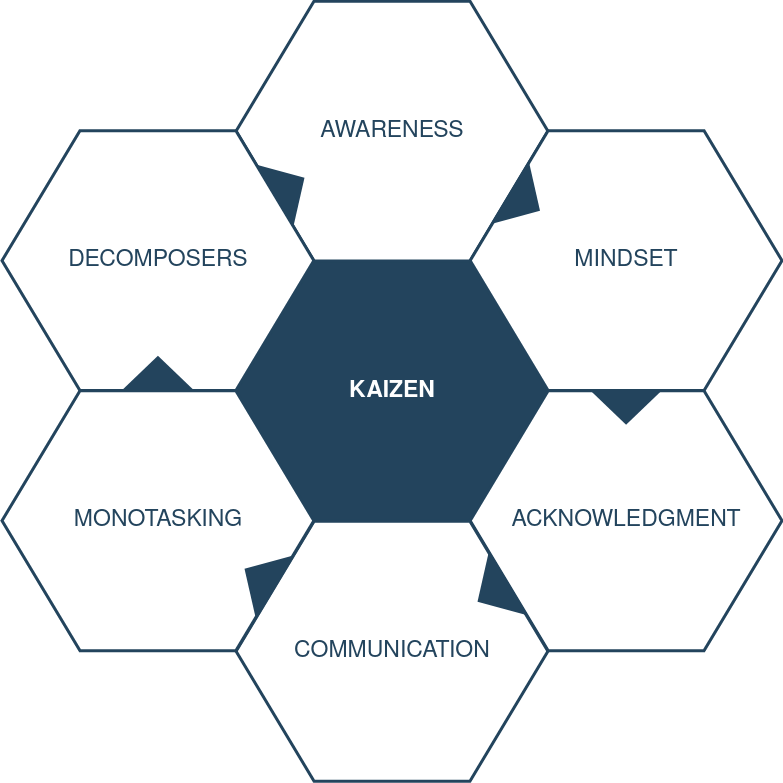
This is media/secure_methodology.drawio.png from coryStephenson/coryStephenson.github.io, a draw.io export, as it was before one commit. Source tidied: cells renumbered, new cells last; positions are measured from the earlier drawing's top-left corner, leaving out a move shared by most shapes. Source of this version:
```xml
<mxGraphModel>
  <root>
    <mxCell id="0" />
    <mxCell id="1" parent="0" />
    <mxCell id="2" value="&lt;font color=&quot;#ffffff&quot;&gt;&lt;b&gt;KAIZEN&lt;/b&gt;&lt;/font&gt;" style="shape=hexagon;perimeter=hexagonPerimeter2;whiteSpace=wrap;html=1;shadow=0;labelBackgroundColor=none;strokeColor=#23445D;fillColor=#23445D;gradientColor=none;fontFamily=Helvetica;fontSize=23;fontColor=#23445d;align=center;strokeWidth=3;" parent="1" vertex="1">
      <mxGeometry x="234.6" y="259.8" width="311.8" height="259.9" as="geometry" />
    </mxCell>
    <mxCell id="3" style="triangle;whiteSpace=wrap;html=1;shadow=0;labelBackgroundColor=none;strokeColor=none;fillColor=#FFFFFF;fontFamily=Helvetica;fontSize=17;fontColor=#23445d;align=center;rotation=90;gradientColor=none;flipV=1;flipH=1;opacity=20;" parent="1" vertex="1">
      <mxGeometry x="115.5" y="277.7" width="72" height="152" as="geometry" />
    </mxCell>
    <mxCell id="4" value="AWARENESS" style="shape=hexagon;perimeter=hexagonPerimeter2;whiteSpace=wrap;html=1;shadow=0;labelBackgroundColor=none;strokeColor=#23445D;fillColor=#ffffff;gradientColor=none;fontFamily=Helvetica;fontSize=23;fontColor=#23445D;align=center;strokeWidth=3;" parent="1" vertex="1">
      <mxGeometry x="234.6" y="-0.3" width="311.8" height="259.9" as="geometry" />
    </mxCell>
    <mxCell id="5" value="MINDSET" style="shape=hexagon;perimeter=hexagonPerimeter2;whiteSpace=wrap;html=1;shadow=0;labelBackgroundColor=none;strokeColor=#23445D;fillColor=#FFFFFF;gradientColor=none;fontFamily=Helvetica;fontSize=23;fontColor=#23445d;align=center;strokeWidth=3;" parent="1" vertex="1">
      <mxGeometry x="468.7" y="129.2" width="311.8" height="259.9" as="geometry" />
    </mxCell>
    <mxCell id="6" value="ACKNOWLEDGMENT" style="shape=hexagon;perimeter=hexagonPerimeter2;whiteSpace=wrap;html=1;shadow=0;labelBackgroundColor=none;strokeColor=#23445D;fillColor=#FFFFFF;gradientColor=none;fontFamily=Helvetica;fontSize=23;fontColor=#23445d;align=center;strokeWidth=3;" parent="1" vertex="1">
      <mxGeometry x="468.7" y="389.3" width="311.8" height="259.9" as="geometry" />
    </mxCell>
    <mxCell id="7" value="COMMUNICATION" style="shape=hexagon;perimeter=hexagonPerimeter2;whiteSpace=wrap;html=1;shadow=0;labelBackgroundColor=none;strokeColor=#23445D;fillColor=#FFFFFF;gradientColor=none;fontFamily=Helvetica;fontSize=23;fontColor=#23445d;align=center;strokeWidth=3;" parent="1" vertex="1">
      <mxGeometry x="234.6" y="519.8" width="311.8" height="259.9" as="geometry" />
    </mxCell>
    <mxCell id="8" value="MONOTASKING" style="shape=hexagon;perimeter=hexagonPerimeter2;whiteSpace=wrap;html=1;shadow=0;labelBackgroundColor=none;strokeColor=#23445D;fillColor=#FFFFFF;gradientColor=none;fontFamily=Helvetica;fontSize=23;fontColor=#23445d;align=center;strokeWidth=3;" parent="1" vertex="1">
      <mxGeometry x="0.5" y="389.3" width="311.8" height="259.9" as="geometry" />
    </mxCell>
    <mxCell id="9" value="&lt;font style=&quot;font-size: 23px;&quot;&gt;DECOMPOSERS&lt;/font&gt;" style="shape=hexagon;perimeter=hexagonPerimeter2;whiteSpace=wrap;html=1;shadow=0;labelBackgroundColor=none;strokeColor=#23445D;fillColor=#ffffff;gradientColor=none;fontFamily=Helvetica;fontSize=23;fontColor=#23445D;align=center;strokeWidth=3;" parent="1" vertex="1">
      <mxGeometry x="0.5" y="129.2" width="311.8" height="259.9" as="geometry" />
    </mxCell>
    <mxCell id="10" style="triangle;whiteSpace=wrap;html=1;shadow=0;labelBackgroundColor=none;strokeColor=none;fillColor=#23445D;fontFamily=Helvetica;fontSize=17;fontColor=#23445d;align=center;rotation=31;gradientColor=none;strokeWidth=3;" parent="1" vertex="1">
      <mxGeometry x="506" y="163.7" width="35" height="73" as="geometry" />
    </mxCell>
    <mxCell id="11" style="triangle;whiteSpace=wrap;html=1;shadow=0;labelBackgroundColor=none;strokeColor=none;fillColor=#23445D;fontFamily=Helvetica;fontSize=17;fontColor=#23445d;align=center;rotation=31;gradientColor=none;flipH=1;strokeWidth=3;" parent="1" vertex="1">
      <mxGeometry x="240.5" y="539.7" width="35" height="73" as="geometry" />
    </mxCell>
    <mxCell id="12" style="triangle;whiteSpace=wrap;html=1;shadow=0;labelBackgroundColor=none;strokeColor=none;fillColor=#23445D;fontFamily=Helvetica;fontSize=17;fontColor=#23445d;align=center;rotation=329;gradientColor=none;strokeWidth=3;" parent="1" vertex="1">
      <mxGeometry x="270.5" y="148.7" width="35" height="73" as="geometry" />
    </mxCell>
    <mxCell id="13" style="triangle;whiteSpace=wrap;html=1;shadow=0;labelBackgroundColor=none;strokeColor=none;fillColor=#23445D;fontFamily=Helvetica;fontSize=17;fontColor=#23445d;align=center;rotation=329;gradientColor=none;flipH=1;strokeWidth=3;" parent="1" vertex="1">
      <mxGeometry x="473.5" y="554.7" width="35" height="73" as="geometry" />
    </mxCell>
    <mxCell id="14" style="triangle;whiteSpace=wrap;html=1;shadow=0;labelBackgroundColor=none;strokeColor=none;fillColor=#23445D;fontFamily=Helvetica;fontSize=17;fontColor=#23445d;align=center;rotation=90;gradientColor=none;strokeWidth=3;" parent="1" vertex="1">
      <mxGeometry x="607.1" y="369.2" width="35" height="73" as="geometry" />
    </mxCell>
    <mxCell id="15" style="triangle;whiteSpace=wrap;html=1;shadow=0;labelBackgroundColor=none;strokeColor=none;fillColor=#23445D;fontFamily=Helvetica;fontSize=17;fontColor=#23445d;align=center;rotation=90;gradientColor=none;flipH=1;strokeWidth=3;" parent="1" vertex="1">
      <mxGeometry x="138.9" y="335.2" width="35" height="73" as="geometry" />
    </mxCell>
  </root>
</mxGraphModel>
```
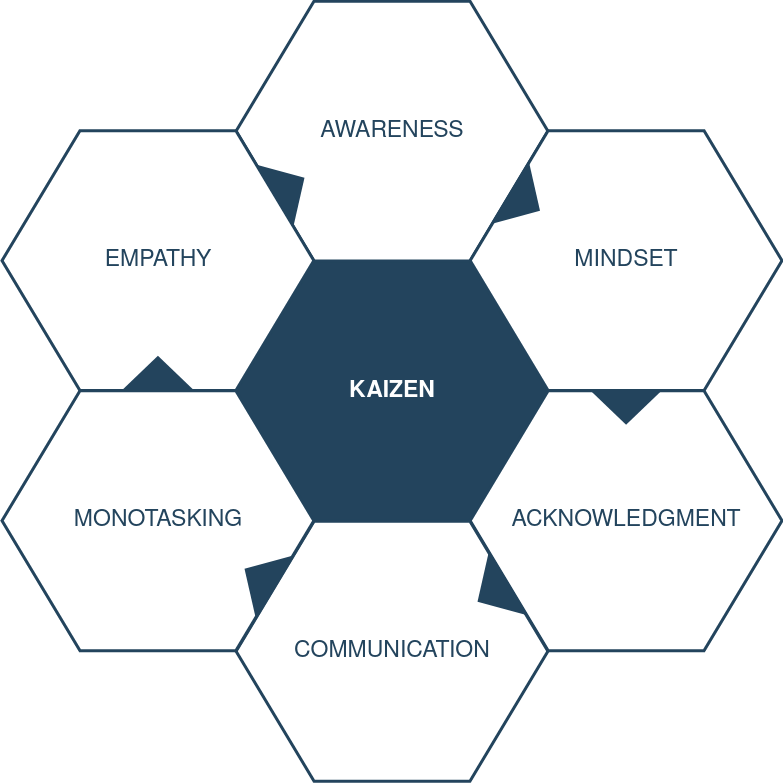
After the change.

The edit, as a diff of the source:
```diff
@@ -23,7 +23,7 @@
     <mxCell id="8" value="MONOTASKING" style="shape=hexagon;perimeter=hexagonPerimeter2;whiteSpace=wrap;html=1;shadow=0;labelBackgroundColor=none;strokeColor=#23445D;fillColor=#FFFFFF;gradientColor=none;fontFamily=Helvetica;fontSize=23;fontColor=#23445d;align=center;strokeWidth=3;" parent="1" vertex="1">
       <mxGeometry x="0.5" y="389.3" width="311.8" height="259.9" as="geometry" />
     </mxCell>
-    <mxCell id="9" value="&lt;font style=&quot;font-size: 23px;&quot;&gt;DECOMPOSERS&lt;/font&gt;" style="shape=hexagon;perimeter=hexagonPerimeter2;whiteSpace=wrap;html=1;shadow=0;labelBackgroundColor=none;strokeColor=#23445D;fillColor=#ffffff;gradientColor=none;fontFamily=Helvetica;fontSize=23;fontColor=#23445D;align=center;strokeWidth=3;" parent="1" vertex="1">
+    <mxCell id="9" value="EMPATHY" style="shape=hexagon;perimeter=hexagonPerimeter2;whiteSpace=wrap;html=1;shadow=0;labelBackgroundColor=none;strokeColor=#23445D;fillColor=#ffffff;gradientColor=none;fontFamily=Helvetica;fontSize=23;fontColor=#23445D;align=center;strokeWidth=3;" parent="1" vertex="1">
       <mxGeometry x="0.5" y="129.2" width="311.8" height="259.9" as="geometry" />
     </mxCell>
     <mxCell id="10" style="triangle;whiteSpace=wrap;html=1;shadow=0;labelBackgroundColor=none;strokeColor=none;fillColor=#23445D;fontFamily=Helvetica;fontSize=17;fontColor=#23445d;align=center;rotation=31;gradientColor=none;strokeWidth=3;" parent="1" vertex="1">
```
